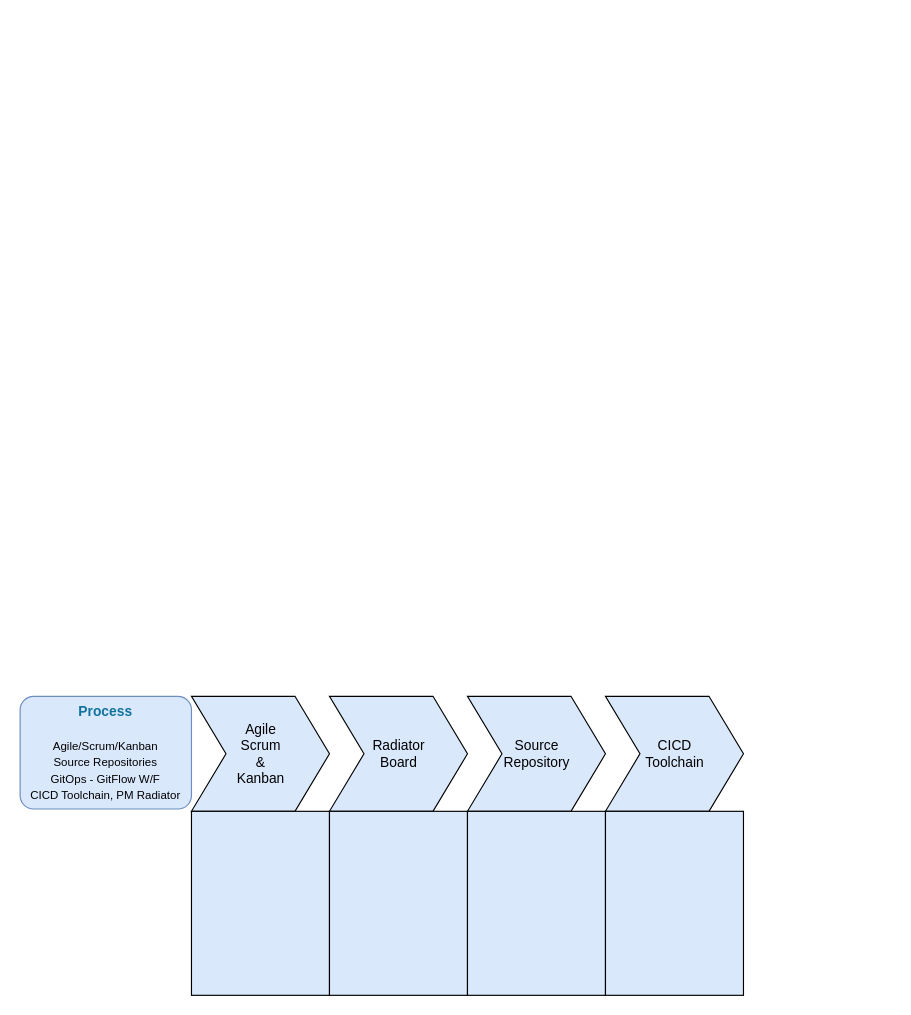
This is page "Roadmap-exp" (4 of 7) of design/DevOps_Roadmap.drawio from krdileep/devops-roadmap-drawio, a draw.io file, before an edit. Source tidied: cells renumbered, new cells numbered last; positions are measured from the earlier drawing's top-left corner, leaving out a move shared by most shapes. Both pictures are drawn from the tidied source at 115%, with x=0, y=0 at pixel (20, 696).
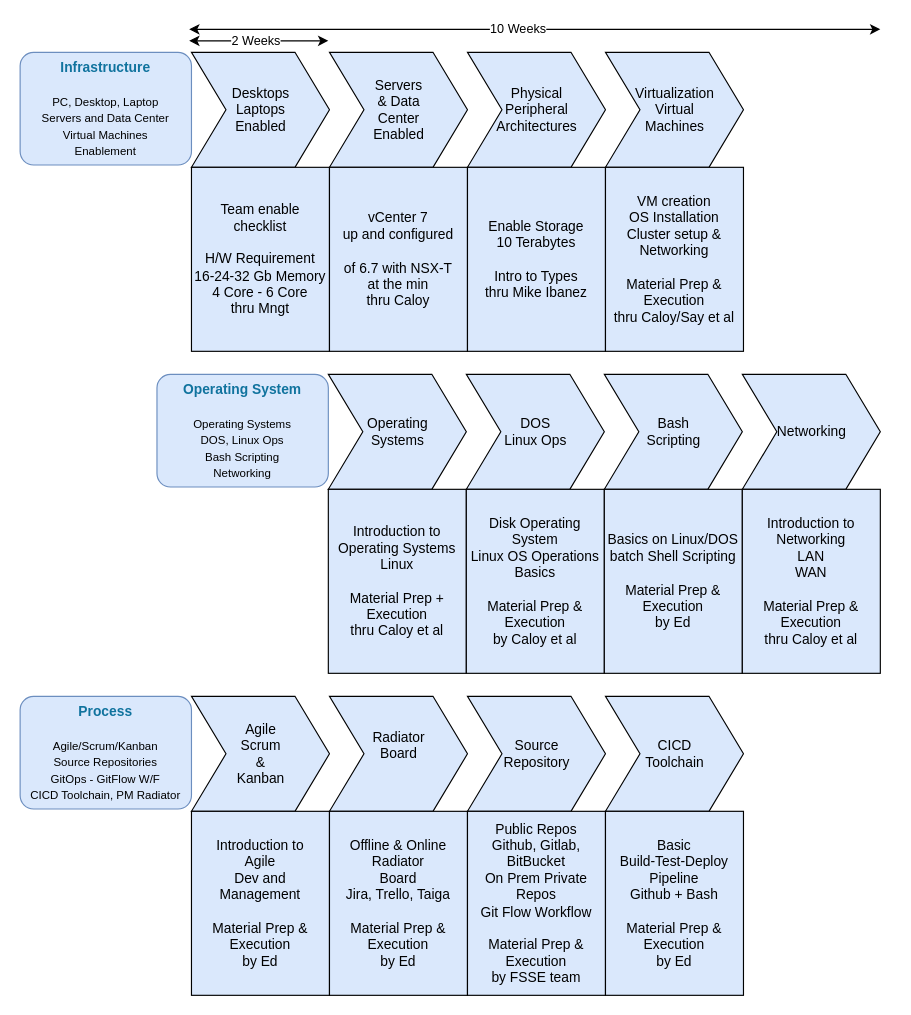
The same page after the edit.

Diff of the diagram source:
```diff
@@
-    <mxCell id="4" value="Radiator &lt;br&gt;Board" style="html=1;shadow=0;dashed=0;align=center;verticalAlign=middle;shape=mxgraph.arrows2.arrow;dy=0;dx=30;notch=30;fillColor=#DAE8FC;" parent="1" vertex="1">
+    <mxCell id="4" value="Radiator &lt;br&gt;Board&lt;br&gt;&lt;br&gt;" style="html=1;shadow=0;dashed=0;align=center;verticalAlign=middle;shape=mxgraph.arrows2.arrow;dy=0;dx=30;notch=30;fillColor=#DAE8FC;" parent="1" vertex="1">
       <mxGeometry x="269" width="120" height="100" as="geometry" />
     </mxCell>
@@
-    <mxCell id="7" style="rounded=0;whiteSpace=wrap;html=1;fillColor=#DAE8FC;" parent="1" vertex="1">
+    <mxCell id="7" value="Introduction to &lt;br&gt;Agile&lt;br&gt;Dev and Management&lt;br&gt;&lt;br&gt;Material Prep &amp;amp; Execution&lt;br&gt;by Ed" style="rounded=0;whiteSpace=wrap;html=1;fillColor=#DAE8FC;" parent="1" vertex="1">
       <mxGeometry x="149" y="100" width="120" height="160" as="geometry" />
     </mxCell>
-    <mxCell id="8" style="rounded=0;whiteSpace=wrap;html=1;fillColor=#DAE8FC;" parent="1" vertex="1">
+    <mxCell id="8" value="Offline &amp;amp; Online&lt;br&gt;Radiator&lt;br&gt;Board&lt;br&gt;Jira, Trello, Taiga&lt;br&gt;&lt;br&gt;Material Prep &amp;amp; Execution&lt;br&gt;by Ed" style="rounded=0;whiteSpace=wrap;html=1;fillColor=#DAE8FC;" parent="1" vertex="1">
       <mxGeometry x="269" y="100" width="120" height="160" as="geometry" />
     </mxCell>
-    <mxCell id="9" style="rounded=0;whiteSpace=wrap;html=1;fillColor=#DAE8FC;" parent="1" vertex="1">
+    <mxCell id="9" value="Public Repos&lt;br&gt;Github, Gitlab, BitBucket&lt;br&gt;On Prem Private Repos&lt;br&gt;Git Flow Workflow&lt;br&gt;&lt;br&gt;Material Prep &amp;amp; Execution&lt;br&gt;by FSSE team" style="rounded=0;whiteSpace=wrap;html=1;fillColor=#DAE8FC;" parent="1" vertex="1">
       <mxGeometry x="389" y="100" width="120" height="160" as="geometry" />
     </mxCell>
-    <mxCell id="10" style="rounded=0;whiteSpace=wrap;html=1;fillColor=#DAE8FC;" parent="1" vertex="1">
+    <mxCell id="10" value="Basic &lt;br&gt;Build-Test-Deploy Pipeline&lt;br&gt;Github + Bash&lt;br&gt;&lt;br&gt;Material Prep &amp;amp; Execution&lt;br&gt;by Ed" style="rounded=0;whiteSpace=wrap;html=1;fillColor=#DAE8FC;" parent="1" vertex="1">
       <mxGeometry x="509" y="100" width="120" height="160" as="geometry" />
     </mxCell>
+    <mxCell id="11" value="&lt;font&gt;&lt;font color=&quot;#10739e&quot;&gt;&lt;b&gt;Operating System&lt;/b&gt;&lt;/font&gt;&lt;br style=&quot;font-size: 10px&quot;&gt;&lt;br style=&quot;font-size: 10px&quot;&gt;&lt;span style=&quot;font-size: 10px ; font-family: &amp;#34;helvetica&amp;#34;&quot;&gt;Operating Systems&lt;/span&gt;&lt;br style=&quot;font-size: 10px ; font-family: &amp;#34;helvetica&amp;#34;&quot;&gt;&lt;span style=&quot;font-size: 10px ; font-family: &amp;#34;helvetica&amp;#34;&quot;&gt;DOS, Linux Ops&lt;/span&gt;&lt;br style=&quot;font-size: 10px ; font-family: &amp;#34;helvetica&amp;#34;&quot;&gt;&lt;span style=&quot;font-size: 10px ; font-family: &amp;#34;helvetica&amp;#34;&quot;&gt;Bash Scripting&lt;br&gt;&lt;/span&gt;&lt;span style=&quot;font-size: 10px&quot;&gt;Networking&lt;/span&gt;&lt;br&gt;&lt;/font&gt;" style="rounded=1;strokeColor=#6c8ebf;fillColor=#dae8fc;align=center;arcSize=12;verticalAlign=top;whiteSpace=wrap;html=1;fontSize=12;" parent="1" vertex="1">
+      <mxGeometry x="119" y="-280" width="149" height="98" as="geometry" />
+    </mxCell>
+    <mxCell id="12" value="Operating&lt;br&gt;Systems" style="html=1;shadow=0;dashed=0;align=center;verticalAlign=middle;shape=mxgraph.arrows2.arrow;dy=0;dx=30;notch=30;fillColor=#DAE8FC;" parent="1" vertex="1">
+      <mxGeometry x="268" y="-280" width="120" height="100" as="geometry" />
+    </mxCell>
+    <mxCell id="13" value="DOS&lt;br&gt;Linux Ops" style="html=1;shadow=0;dashed=0;align=center;verticalAlign=middle;shape=mxgraph.arrows2.arrow;dy=0;dx=30;notch=30;fillColor=#DAE8FC;" parent="1" vertex="1">
+      <mxGeometry x="388" y="-280" width="120" height="100" as="geometry" />
+    </mxCell>
+    <mxCell id="14" value="Bash&lt;br&gt;Scripting" style="html=1;shadow=0;dashed=0;align=center;verticalAlign=middle;shape=mxgraph.arrows2.arrow;dy=0;dx=30;notch=30;fillColor=#DAE8FC;" parent="1" vertex="1">
+      <mxGeometry x="508" y="-280" width="120" height="100" as="geometry" />
+    </mxCell>
+    <mxCell id="15" value="Networking" style="html=1;shadow=0;dashed=0;align=center;verticalAlign=middle;shape=mxgraph.arrows2.arrow;dy=0;dx=30;notch=30;fillColor=#DAE8FC;" parent="1" vertex="1">
+      <mxGeometry x="628" y="-280" width="120" height="100" as="geometry" />
+    </mxCell>
+    <mxCell id="16" value="Introduction to&lt;br&gt;Operating Systems&lt;br&gt;Linux&lt;br&gt;&lt;br&gt;Material Prep + Execution&lt;br&gt;thru Caloy et al" style="rounded=0;whiteSpace=wrap;html=1;fillColor=#DAE8FC;" parent="1" vertex="1">
+      <mxGeometry x="268" y="-180" width="120" height="160" as="geometry" />
+    </mxCell>
+    <mxCell id="17" value="Disk Operating System&lt;br&gt;Linux OS Operations Basics&lt;br&gt;&lt;br&gt;Material Prep &amp;amp; Execution&lt;br&gt;by Caloy et al" style="rounded=0;whiteSpace=wrap;html=1;fillColor=#DAE8FC;" parent="1" vertex="1">
+      <mxGeometry x="388" y="-180" width="120" height="160" as="geometry" />
+    </mxCell>
+    <mxCell id="18" value="Basics on Linux/DOS batch Shell Scripting&lt;br&gt;&lt;br&gt;Material Prep &amp;amp; Execution&lt;br&gt;by Ed" style="rounded=0;whiteSpace=wrap;html=1;fillColor=#DAE8FC;" parent="1" vertex="1">
+      <mxGeometry x="508" y="-180" width="120" height="160" as="geometry" />
+    </mxCell>
+    <mxCell id="19" value="Introduction to Networking&lt;br&gt;LAN&lt;br&gt;WAN&lt;br&gt;&lt;br&gt;Material Prep &amp;amp; Execution&lt;br&gt;thru Caloy et al" style="rounded=0;whiteSpace=wrap;html=1;fillColor=#DAE8FC;" parent="1" vertex="1">
+      <mxGeometry x="628" y="-180" width="120" height="160" as="geometry" />
+    </mxCell>
+    <mxCell id="20" style="endArrow=classic;startArrow=classic;html=1;" parent="1" edge="1">
+      <mxGeometry relative="1" as="geometry">
+        <mxPoint x="147" y="-580" as="sourcePoint" />
+        <mxPoint x="748" y="-580" as="targetPoint" />
+      </mxGeometry>
+    </mxCell>
+    <mxCell id="21" value="10 Weeks" style="edgeLabel;html=1;align=center;verticalAlign=middle;" parent="20" vertex="1">
+      <mxGeometry x="-0.05" y="1" relative="1" as="geometry" />
+    </mxCell>
+    <mxCell id="22" value="&lt;font&gt;&lt;font color=&quot;#10739e&quot;&gt;&lt;b&gt;Infrastructure&lt;/b&gt;&lt;/font&gt;&lt;br style=&quot;font-size: 10px&quot;&gt;&lt;span style=&quot;font-size: 10px&quot;&gt;&lt;br&gt;PC, Desktop, Laptop&lt;/span&gt;&lt;br style=&quot;font-size: 10px&quot;&gt;&lt;span style=&quot;font-size: 10px&quot;&gt;Servers and Data Center&lt;/span&gt;&lt;br style=&quot;font-size: 10px&quot;&gt;&lt;span style=&quot;font-size: 10px&quot;&gt;Virtual Machines&lt;br&gt;&lt;/span&gt;&lt;span style=&quot;font-size: 10px&quot;&gt;Enablement&lt;/span&gt;&lt;br&gt;&lt;/font&gt;" style="rounded=1;strokeColor=#6c8ebf;fillColor=#dae8fc;align=center;arcSize=12;verticalAlign=top;whiteSpace=wrap;html=1;fontSize=12;" parent="1" vertex="1">
+      <mxGeometry y="-560" width="149" height="98" as="geometry" />
+    </mxCell>
+    <mxCell id="23" value="Desktops&lt;br&gt;Laptops&lt;br&gt;Enabled" style="html=1;shadow=0;dashed=0;align=center;verticalAlign=middle;shape=mxgraph.arrows2.arrow;dy=0;dx=30;notch=30;fillColor=#DAE8FC;" parent="1" vertex="1">
+      <mxGeometry x="149" y="-560" width="120" height="100" as="geometry" />
+    </mxCell>
+    <mxCell id="24" value="Servers&lt;br&gt;&amp;amp; Data &lt;br&gt;Center&lt;br&gt;Enabled" style="html=1;shadow=0;dashed=0;align=center;verticalAlign=middle;shape=mxgraph.arrows2.arrow;dy=0;dx=30;notch=30;fillColor=#DAE8FC;" parent="1" vertex="1">
+      <mxGeometry x="269" y="-560" width="120" height="100" as="geometry" />
+    </mxCell>
+    <mxCell id="25" value="Physical&lt;br&gt;Peripheral&lt;br&gt;Architectures" style="html=1;shadow=0;dashed=0;align=center;verticalAlign=middle;shape=mxgraph.arrows2.arrow;dy=0;dx=30;notch=30;fillColor=#DAE8FC;" parent="1" vertex="1">
+      <mxGeometry x="389" y="-560" width="120" height="100" as="geometry" />
+    </mxCell>
+    <mxCell id="26" value="Virtualization&lt;br&gt;Virtual&lt;br&gt;Machines" style="html=1;shadow=0;dashed=0;align=center;verticalAlign=middle;shape=mxgraph.arrows2.arrow;dy=0;dx=30;notch=30;fillColor=#DAE8FC;" parent="1" vertex="1">
+      <mxGeometry x="509" y="-560" width="120" height="100" as="geometry" />
+    </mxCell>
+    <mxCell id="27" value="Team enable checklist&lt;br&gt;&lt;br&gt;H/W Requirement&lt;br&gt;16-24-32 Gb Memory&lt;br&gt;4 Core - 6 Core&lt;br&gt;thru Mngt" style="rounded=0;whiteSpace=wrap;html=1;fillColor=#DAE8FC;" parent="1" vertex="1">
+      <mxGeometry x="149" y="-460" width="120" height="160" as="geometry" />
+    </mxCell>
+    <mxCell id="28" value="vCenter 7&lt;br&gt;up and configured&lt;br&gt;&lt;br&gt;of 6.7 with NSX-T&lt;br&gt;at the min&lt;br&gt;thru Caloy" style="rounded=0;whiteSpace=wrap;html=1;fillColor=#DAE8FC;" parent="1" vertex="1">
+      <mxGeometry x="269" y="-460" width="120" height="160" as="geometry" />
+    </mxCell>
+    <mxCell id="29" value="Enable Storage&lt;br&gt;10 Terabytes&lt;br&gt;&lt;br&gt;Intro to Types&lt;br&gt;thru Mike Ibanez" style="rounded=0;whiteSpace=wrap;html=1;fillColor=#DAE8FC;" parent="1" vertex="1">
+      <mxGeometry x="389" y="-460" width="120" height="160" as="geometry" />
+    </mxCell>
+    <mxCell id="30" value="VM creation&lt;br&gt;OS Installation&lt;br&gt;Cluster setup &amp;amp; Networking&lt;br&gt;&lt;br&gt;Material Prep &amp;amp; Execution&lt;br&gt;thru Caloy/Say et al" style="rounded=0;whiteSpace=wrap;html=1;fillColor=#DAE8FC;" parent="1" vertex="1">
+      <mxGeometry x="509" y="-460" width="120" height="160" as="geometry" />
+    </mxCell>
+    <mxCell id="31" style="endArrow=classic;startArrow=classic;html=1;" parent="1" edge="1">
+      <mxGeometry relative="1" as="geometry">
+        <mxPoint x="147" y="-570" as="sourcePoint" />
+        <mxPoint x="268" y="-570" as="targetPoint" />
+      </mxGeometry>
+    </mxCell>
+    <mxCell id="32" value="2 Weeks" style="edgeLabel;html=1;align=center;verticalAlign=middle;" parent="31" vertex="1">
+      <mxGeometry x="-0.05" y="1" relative="1" as="geometry" />
+    </mxCell>
```
